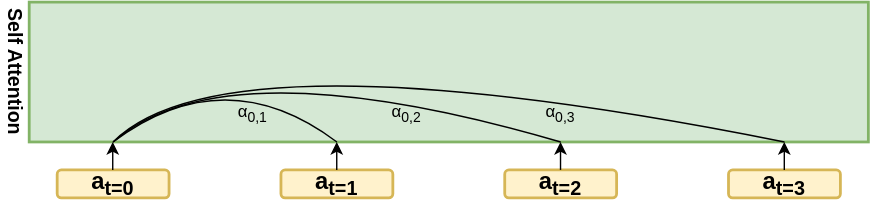
Earlier version of the draw.io export self-attention_alpha_calc.svg (yyhtbs-yye/course_images). Source tidied: cells renumbered, new cells last; positions are measured from the earlier drawing's top-left corner, leaving out a move shared by most shapes.
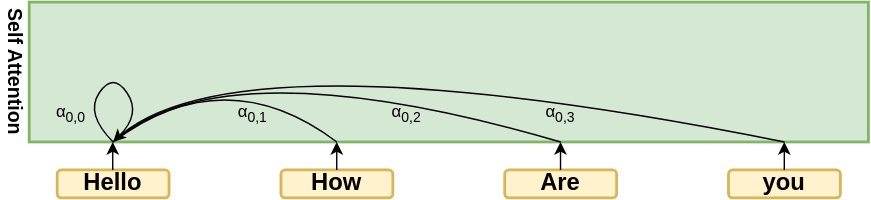
Later version of the same file.

The edit, as a diff of the source:
```diff
@@ -8,16 +8,16 @@
     <mxCell id="3" value="Self Attention" style="text;html=1;strokeColor=none;fillColor=none;align=center;verticalAlign=middle;whiteSpace=wrap;rounded=0;rotation=90;fontStyle=1;fontSize=14;" parent="1" vertex="1">
       <mxGeometry y="40" width="100" height="20" as="geometry" />
     </mxCell>
-    <mxCell id="4" value="a&lt;sub&gt;t=0&lt;/sub&gt;" style="rounded=1;whiteSpace=wrap;html=1;fontStyle=1;strokeWidth=2;fontSize=17;fillColor=#fff2cc;strokeColor=#d6b656;" parent="1" vertex="1">
+    <mxCell id="4" value="Hello" style="rounded=1;whiteSpace=wrap;html=1;fontStyle=1;strokeWidth=2;fontSize=17;fillColor=#fff2cc;strokeColor=#d6b656;" parent="1" vertex="1">
       <mxGeometry x="80" y="120" width="80" height="20" as="geometry" />
     </mxCell>
-    <mxCell id="5" value="a&lt;sub&gt;t=1&lt;/sub&gt;" style="rounded=1;whiteSpace=wrap;html=1;fontStyle=1;strokeWidth=2;fontSize=17;fillColor=#fff2cc;strokeColor=#d6b656;" parent="1" vertex="1">
+    <mxCell id="5" value="How" style="rounded=1;whiteSpace=wrap;html=1;fontStyle=1;strokeWidth=2;fontSize=17;fillColor=#fff2cc;strokeColor=#d6b656;" parent="1" vertex="1">
       <mxGeometry x="240" y="120" width="80" height="20" as="geometry" />
     </mxCell>
-    <mxCell id="6" value="a&lt;sub&gt;t=2&lt;/sub&gt;" style="rounded=1;whiteSpace=wrap;html=1;fontStyle=1;strokeWidth=2;fontSize=17;fillColor=#fff2cc;strokeColor=#d6b656;" parent="1" vertex="1">
+    <mxCell id="6" value="Are" style="rounded=1;whiteSpace=wrap;html=1;fontStyle=1;strokeWidth=2;fontSize=17;fillColor=#fff2cc;strokeColor=#d6b656;" parent="1" vertex="1">
       <mxGeometry x="400" y="120" width="80" height="20" as="geometry" />
     </mxCell>
-    <mxCell id="7" value="a&lt;sub&gt;t=3&lt;/sub&gt;" style="rounded=1;whiteSpace=wrap;html=1;fontStyle=1;strokeWidth=2;fontSize=17;fillColor=#fff2cc;strokeColor=#d6b656;" parent="1" vertex="1">
+    <mxCell id="7" value="you" style="rounded=1;whiteSpace=wrap;html=1;fontStyle=1;strokeWidth=2;fontSize=17;fillColor=#fff2cc;strokeColor=#d6b656;" parent="1" vertex="1">
       <mxGeometry x="560" y="120" width="80" height="20" as="geometry" />
     </mxCell>
     <mxCell id="8" style="endArrow=classic;html=1;rounded=0;" parent="1" edge="1">
@@ -80,5 +80,19 @@
     <mxCell id="17" value="α&lt;sub&gt;0,3&lt;/sub&gt;" style="text;html=1;strokeColor=none;fillColor=none;align=center;verticalAlign=middle;whiteSpace=wrap;rounded=0;" parent="1" vertex="1">
       <mxGeometry x="410" y="70" width="60" height="20" as="geometry" />
     </mxCell>
+    <mxCell id="18" style="endArrow=classic;html=1;curved=1;" parent="1" edge="1">
+      <mxGeometry relative="1" as="geometry">
+        <mxPoint x="120" y="100" as="sourcePoint" />
+        <mxPoint x="120" y="100" as="targetPoint" />
+        <Array as="points">
+          <mxPoint x="100" y="80" />
+          <mxPoint x="120" y="50" />
+          <mxPoint x="140" y="80" />
+        </Array>
+      </mxGeometry>
+    </mxCell>
+    <mxCell id="19" value="α&lt;sub&gt;0,0&lt;/sub&gt;" style="text;html=1;strokeColor=none;fillColor=none;align=center;verticalAlign=middle;whiteSpace=wrap;rounded=0;" parent="1" vertex="1">
+      <mxGeometry x="60" y="70" width="60" height="20" as="geometry" />
+    </mxCell>
   </root>
 </mxGraphModel>
```
